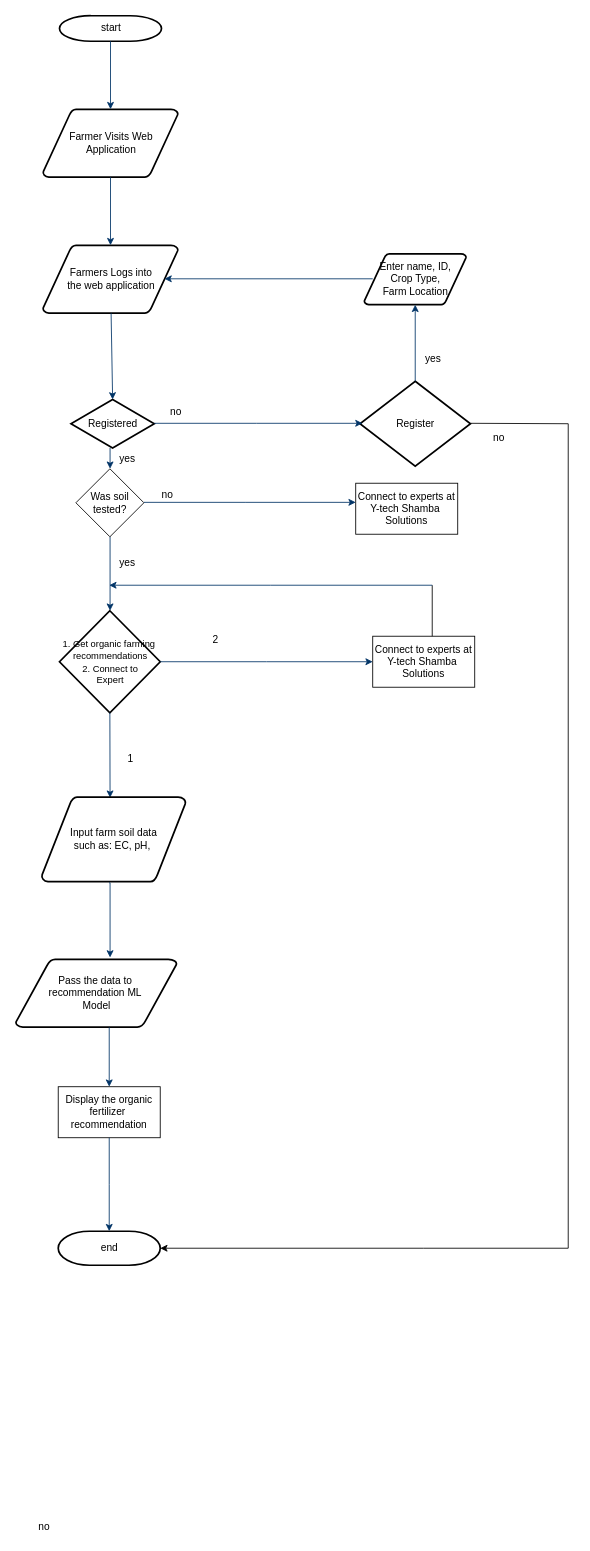
Ronnie-Leon76/Data_Science2022 keeps this draw.io diagram as OrganiXpert.drawio. Above is the earlier version. Source tidied: cells renumbered, new cells numbered last; positions are measured from the earlier drawing's top-left corner, leaving out a move shared by most shapes. Both pictures are drawn from the tidied source at 85%, with x=0, y=0 at pixel (15, 15).
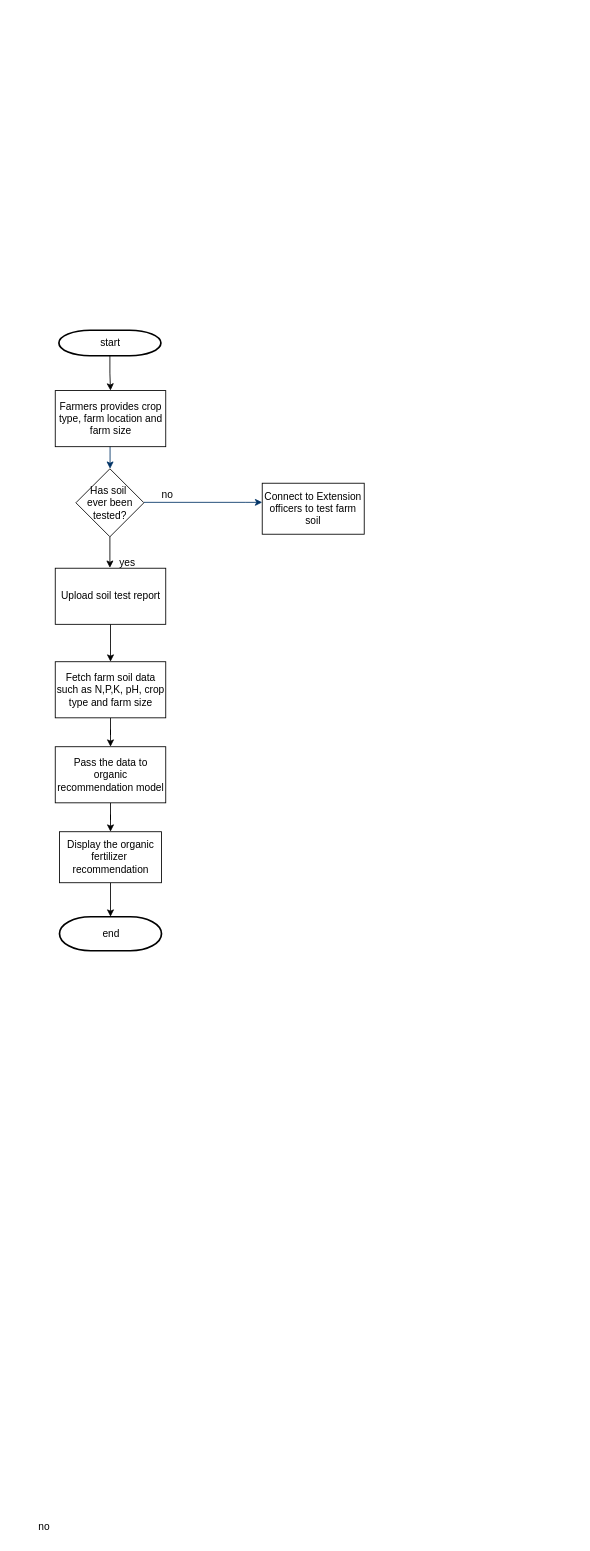
Above is the later version.

Unchanged cells that the change refers to:
```xml
<mxCell id="39" value="yes" style="text;fontStyle=0;html=1;strokeColor=none;gradientColor=none;fillColor=none;strokeWidth=2;align=center;" parent="1" vertex="1">
  <mxGeometry x="110.8" y="630" width="40" height="26" as="geometry" />
</mxCell>
```

Change to the diagram source:
```diff
@@
+    <mxCell id="44" style="edgeStyle=orthogonalEdgeStyle;rounded=0;jettySize=auto;html=1;" parent="1" edge="1" source="2" target="53">
+      <mxGeometry relative="1" as="geometry" />
+    </mxCell>
     <mxCell id="2" value="start" style="shape=mxgraph.flowchart.terminator;strokeWidth=2;gradientColor=none;gradientDirection=north;fontStyle=0;html=1;" parent="1" vertex="1">
-      <mxGeometry x="51.5" width="120" height="30" as="geometry" />
+      <mxGeometry x="50.8" y="370" width="120" height="30" as="geometry" />
     </mxCell>
-    <mxCell id="3" value="Farmer Visits Web&lt;br&gt;Application" style="shape=mxgraph.flowchart.data;strokeWidth=2;gradientColor=none;gradientDirection=north;fontStyle=0;html=1;" parent="1" vertex="1">
-      <mxGeometry x="32" y="110" width="159" height="80" as="geometry" />
-    </mxCell>
-    <mxCell id="4" value="Farmers Logs into&lt;br&gt;the web application" style="shape=mxgraph.flowchart.data;strokeWidth=2;gradientColor=none;gradientDirection=north;fontStyle=0;html=1;" parent="1" vertex="1">
-      <mxGeometry x="32" y="270" width="159" height="80" as="geometry" />
-    </mxCell>
-    <mxCell id="5" value="Registered" style="shape=mxgraph.flowchart.decision;strokeWidth=2;gradientColor=none;gradientDirection=north;fontStyle=0;html=1;" parent="1" vertex="1">
-      <mxGeometry x="65" y="451.5" width="98" height="57" as="geometry" />
-    </mxCell>
-    <mxCell id="6" style="fontStyle=1;strokeColor=#003366;strokeWidth=1;html=1;rounded=0;" parent="1" edge="1" source="2" target="3">
-      <mxGeometry relative="1" as="geometry" />
-    </mxCell>
-    <mxCell id="7" style="fontStyle=1;strokeColor=#003366;strokeWidth=1;html=1;rounded=0;" parent="1" edge="1" source="3" target="4">
-      <mxGeometry relative="1" as="geometry" />
-    </mxCell>
-    <mxCell id="8" style="entryX=0.5;entryY=0;entryPerimeter=0;fontStyle=1;strokeColor=#003366;strokeWidth=1;html=1;rounded=0;" parent="1" edge="1" source="4" target="5">
-      <mxGeometry relative="1" as="geometry" />
-    </mxCell>
-    <mxCell id="9" value="no" style="text;fontStyle=0;html=1;strokeColor=none;gradientColor=none;fillColor=none;strokeWidth=2;" parent="1" vertex="1">
-      <mxGeometry x="180" y="451.5" width="40" height="26" as="geometry" />
-    </mxCell>
-    <mxCell id="10" style="edgeStyle=elbowEdgeStyle;elbow=horizontal;fontColor=#001933;fontStyle=1;strokeColor=#003366;strokeWidth=1;html=1;rounded=0;entryX=0.5;entryY=0;entryDx=0;entryDy=0;entryPerimeter=0;" parent="1" edge="1" source="38" target="12">
-      <mxGeometry x="-100" y="390" as="geometry" />
-    </mxCell>
-    <mxCell id="11" value="yes" style="text;fontStyle=0;html=1;strokeColor=none;gradientColor=none;fillColor=none;strokeWidth=2;align=center;" parent="1" vertex="1">
-      <mxGeometry x="110.8" y="507" width="40" height="26" as="geometry" />
-    </mxCell>
-    <mxCell id="12" value="&lt;font style=&quot;&quot;&gt;&lt;font style=&quot;font-size: 11px;&quot;&gt;1. Get organic farming&amp;nbsp;&lt;br&gt;recommendations&lt;br&gt;2. Connect to&lt;br&gt;Expert&lt;/font&gt;&lt;br&gt;&lt;/font&gt;" style="shape=mxgraph.flowchart.decision;strokeWidth=2;gradientColor=none;gradientDirection=north;fontStyle=0;html=1;" parent="1" vertex="1">
-      <mxGeometry x="51.5" y="700" width="118.5" height="120" as="geometry" />
-    </mxCell>
-    <mxCell id="13" style="edgeStyle=elbowEdgeStyle;elbow=horizontal;exitX=0.5;exitY=1;exitPerimeter=0;fontStyle=1;strokeColor=#003366;strokeWidth=1;html=1;rounded=0;" parent="1" edge="1" source="12">
-      <mxGeometry x="-100" y="390" as="geometry">
-        <mxPoint x="111" y="920" as="targetPoint" />
-      </mxGeometry>
-    </mxCell>
@@
-    <mxCell id="15" value="1" style="text;fontStyle=0;html=1;strokeColor=none;gradientColor=none;fillColor=none;strokeWidth=2;" parent="1" vertex="1">
-      <mxGeometry x="130" y="860" width="30" height="26" as="geometry" />
-    </mxCell>
-    <mxCell id="16" style="edgeStyle=elbowEdgeStyle;elbow=horizontal;exitX=1;exitY=0.5;exitPerimeter=0;fontStyle=1;strokeColor=#003366;strokeWidth=1;html=1;rounded=0;exitDx=0;exitDy=0;entryX=0;entryY=0.5;entryDx=0;entryDy=0;" parent="1" edge="1" source="12" target="32">
-      <mxGeometry x="-45" y="-250" as="geometry" />
-    </mxCell>
-    <mxCell id="17" value="2" style="text;fontStyle=0;html=1;strokeColor=none;gradientColor=none;fillColor=none;strokeWidth=2;" parent="1" vertex="1">
-      <mxGeometry x="230" y="720" width="30" height="26" as="geometry" />
-    </mxCell>
-    <mxCell id="18" value="Input farm soil data&lt;br&gt;such as: EC, pH,&amp;nbsp;" style="shape=mxgraph.flowchart.data;strokeWidth=2;gradientColor=none;gradientDirection=north;fontStyle=0;html=1;" parent="1" vertex="1">
-      <mxGeometry x="30.5" y="919" width="169.5" height="100" as="geometry" />
-    </mxCell>
-    <mxCell id="19" value="Pass the data to&amp;nbsp;&lt;br&gt;recommendation ML&amp;nbsp;&lt;br&gt;Model" style="shape=mxgraph.flowchart.data;strokeWidth=2;gradientColor=none;gradientDirection=north;fontStyle=0;html=1;" parent="1" vertex="1">
-      <mxGeometry y="1110" width="189.5" height="80" as="geometry" />
-    </mxCell>
-    <mxCell id="20" style="edgeStyle=elbowEdgeStyle;elbow=horizontal;fontStyle=1;strokeColor=#003366;strokeWidth=1;html=1;rounded=0;entryX=0.586;entryY=-0.025;entryDx=0;entryDy=0;entryPerimeter=0;" parent="1" edge="1" target="19">
-      <mxGeometry x="-101" y="630" as="geometry">
-        <mxPoint x="110" y="1020" as="sourcePoint" />
-      </mxGeometry>
-    </mxCell>
+    <mxCell id="31" style="edgeStyle=orthogonalEdgeStyle;rounded=0;jettySize=auto;html=1;" parent="1" edge="1" source="21" target="28">
+      <mxGeometry relative="1" as="geometry" />
+    </mxCell>
     <mxCell id="21" value="Display the organic&lt;br&gt;fertilizer&amp;nbsp;&lt;br&gt;recommendation" style="rounded=0;whiteSpace=wrap;html=1;" parent="1" vertex="1">
-      <mxGeometry x="50" y="1260" width="120" height="60" as="geometry" />
+      <mxGeometry x="51.5" y="960" width="120" height="60" as="geometry" />
     </mxCell>
-    <mxCell id="22" style="edgeStyle=elbowEdgeStyle;elbow=horizontal;fontStyle=1;strokeColor=#003366;strokeWidth=1;html=1;rounded=0;" parent="1" edge="1">
-      <mxGeometry x="-101" y="800" as="geometry">
-        <mxPoint x="110" y="1190" as="sourcePoint" />
-        <mxPoint x="110" y="1260" as="targetPoint" />
-      </mxGeometry>
-    </mxCell>
-    <mxCell id="23" value="Register" style="shape=mxgraph.flowchart.decision;strokeWidth=2;gradientColor=none;gradientDirection=north;fontStyle=0;html=1;" parent="1" vertex="1">
-      <mxGeometry x="405" y="430" width="130" height="100" as="geometry" />
-    </mxCell>
-    <mxCell id="24" value="Enter name, ID,&lt;br&gt;Crop Type,&lt;br&gt;Farm Location" style="shape=mxgraph.flowchart.data;strokeWidth=2;gradientColor=none;gradientDirection=north;fontStyle=0;html=1;" parent="1" vertex="1">
-      <mxGeometry x="410" y="280" width="120" height="60" as="geometry" />
-    </mxCell>
-    <mxCell id="25" style="fontStyle=1;strokeColor=#003366;strokeWidth=1;html=1;rounded=0;entryX=0.5;entryY=1;entryDx=0;entryDy=0;entryPerimeter=0;" parent="1" edge="1" target="24">
-      <mxGeometry relative="1" as="geometry">
-        <mxPoint x="470" y="430" as="sourcePoint" />
-      </mxGeometry>
-    </mxCell>
-    <mxCell id="26" value="yes" style="text;fontStyle=0;html=1;strokeColor=none;gradientColor=none;fillColor=none;strokeWidth=2;" parent="1" vertex="1">
-      <mxGeometry x="480" y="390" width="40" height="26" as="geometry" />
-    </mxCell>
-    <mxCell id="27" style="edgeStyle=elbowEdgeStyle;elbow=horizontal;exitX=0;exitY=1;fontStyle=1;strokeColor=#003366;strokeWidth=1;html=1;rounded=0;exitDx=0;exitDy=0;" parent="1" edge="1">
-      <mxGeometry x="20" y="-696.5" as="geometry">
-        <mxPoint x="420" y="309.5" as="sourcePoint" />
-        <mxPoint x="175" y="309.5" as="targetPoint" />
-      </mxGeometry>
-    </mxCell>
     <mxCell id="28" value="end" style="shape=mxgraph.flowchart.terminator;strokeWidth=2;gradientColor=none;gradientDirection=north;fontStyle=0;html=1;" parent="1" vertex="1">
-      <mxGeometry x="50" y="1430" width="120" height="40" as="geometry" />
+      <mxGeometry x="51.5" y="1060" width="120" height="40" as="geometry" />
     </mxCell>
-    <mxCell id="29" style="endArrow=none;html=1;rounded=0;" parent="1" edge="1">
-      <mxGeometry relative="1" as="geometry">
-        <mxPoint x="650" y="1450" as="sourcePoint" />
-        <mxPoint x="650" y="480" as="targetPoint" />
-      </mxGeometry>
-    </mxCell>
-    <mxCell id="30" style="endArrow=classic;html=1;rounded=0;entryX=1;entryY=0.5;entryDx=0;entryDy=0;entryPerimeter=0;" parent="1" edge="1" target="28">
-      <mxGeometry relative="1" as="geometry">
-        <mxPoint x="650" y="1450" as="sourcePoint" />
-        <Array as="points">
-          <mxPoint x="480" y="1450" />
-        </Array>
-      </mxGeometry>
-    </mxCell>
-    <mxCell id="31" style="edgeStyle=elbowEdgeStyle;elbow=horizontal;fontStyle=1;strokeColor=#003366;strokeWidth=1;html=1;rounded=0;exitX=0.5;exitY=1;exitDx=0;exitDy=0;entryX=0.5;entryY=0;entryDx=0;entryDy=0;entryPerimeter=0;" parent="1" edge="1" source="21" target="28">
-      <mxGeometry x="-101" y="960" as="geometry" />
-    </mxCell>
-    <mxCell id="32" value="Connect to experts at&lt;br&gt;Y-tech Shamba&amp;nbsp;&lt;br&gt;Solutions" style="rounded=0;whiteSpace=wrap;html=1;" parent="1" vertex="1">
-      <mxGeometry x="420" y="730" width="120" height="60" as="geometry" />
-    </mxCell>
-    <mxCell id="33" style="endArrow=none;html=1;rounded=0;" parent="1" edge="1">
-      <mxGeometry relative="1" as="geometry">
-        <mxPoint x="490" y="730" as="sourcePoint" />
-        <mxPoint x="490" y="670" as="targetPoint" />
-      </mxGeometry>
-    </mxCell>
-    <mxCell id="34" value="no" style="text;fontStyle=0;html=1;strokeColor=none;gradientColor=none;fillColor=none;strokeWidth=2;" parent="1" vertex="1">
-      <mxGeometry x="560" y="482.5" width="40" height="26" as="geometry" />
-    </mxCell>
-    <mxCell id="35" style="edgeStyle=elbowEdgeStyle;elbow=horizontal;fontStyle=1;strokeColor=#003366;strokeWidth=1;html=1;rounded=0;" parent="1" edge="1">
-      <mxGeometry x="5" y="-340" as="geometry">
-        <mxPoint x="490" y="670" as="sourcePoint" />
-        <mxPoint x="110" y="670" as="targetPoint" />
-      </mxGeometry>
-    </mxCell>
-    <mxCell id="36" style="edgeStyle=elbowEdgeStyle;elbow=horizontal;exitX=0;exitY=1;fontStyle=1;strokeColor=#003366;strokeWidth=1;html=1;rounded=0;exitDx=0;exitDy=0;" parent="1" edge="1">
-      <mxGeometry x="8" y="-526.5" as="geometry">
-        <mxPoint x="163" y="479.5" as="sourcePoint" />
-        <mxPoint x="408" y="479.5" as="targetPoint" />
-        <Array as="points">
-          <mxPoint x="283" y="423.5" />
-        </Array>
-      </mxGeometry>
-    </mxCell>
-    <mxCell id="37" style="edgeStyle=elbowEdgeStyle;elbow=horizontal;fontColor=#001933;fontStyle=1;strokeColor=#003366;strokeWidth=1;html=1;rounded=0;entryX=0.5;entryY=0;entryDx=0;entryDy=0;entryPerimeter=0;" parent="1" edge="1" source="5" target="38">
-      <mxGeometry x="-100" y="390" as="geometry" />
+    <mxCell id="37" style="edgeStyle=elbowEdgeStyle;elbow=horizontal;fontColor=#001933;fontStyle=1;strokeColor=#003366;strokeWidth=1;html=1;rounded=0;entryX=0.5;entryY=0;entryDx=0;entryDy=0;entryPerimeter=0;" parent="1" edge="1" target="38">
+      <mxGeometry x="-100" y="390" as="geometry">
+        <mxPoint x="111" y="500" as="sourcePoint" />
+      </mxGeometry>
     </mxCell>
+    <mxCell id="45" style="edgeStyle=orthogonalEdgeStyle;rounded=0;jettySize=auto;html=1;exitX=0.5;exitY=1;exitDx=0;exitDy=0;" parent="1" edge="1" source="48">
+      <mxGeometry relative="1" as="geometry">
+        <mxPoint x="111" y="690" as="targetPoint" />
+      </mxGeometry>
+    </mxCell>
+    <mxCell id="46" style="edgeStyle=orthogonalEdgeStyle;rounded=0;jettySize=auto;html=1;exitX=0.5;exitY=1;exitDx=0;exitDy=0;entryX=0;entryY=0.75;entryDx=0;entryDy=0;" parent="1" edge="1" source="38" target="39">
+      <mxGeometry relative="1" as="geometry" />
+    </mxCell>
-    <mxCell id="38" value="Was soil&lt;br&gt;tested?" style="rhombus;whiteSpace=wrap;html=1;" parent="1" vertex="1">
+    <mxCell id="38" value="Has soil&amp;nbsp;&lt;br&gt;ever been tested?" style="rhombus;whiteSpace=wrap;html=1;" parent="1" vertex="1">
       <mxGeometry x="70.8" y="533" width="80" height="80" as="geometry" />
     </mxCell>
@@
-    <mxCell id="41" value="Connect to experts at&lt;br&gt;Y-tech Shamba&amp;nbsp;&lt;br&gt;Solutions" style="rounded=0;whiteSpace=wrap;html=1;" parent="1" vertex="1">
-      <mxGeometry x="400" y="550" width="120" height="60" as="geometry" />
+    <mxCell id="41" value="Connect to Extension officers to test farm soil" style="rounded=0;whiteSpace=wrap;html=1;" parent="1" vertex="1">
+      <mxGeometry x="290" y="550" width="120" height="60" as="geometry" />
     </mxCell>
-    <mxCell id="42" style="endArrow=none;html=1;rounded=0;" parent="1" edge="1">
-      <mxGeometry relative="1" as="geometry">
-        <mxPoint x="535" y="479.5" as="sourcePoint" />
-        <mxPoint x="650" y="480" as="targetPoint" />
-      </mxGeometry>
-    </mxCell>
@@
+    <mxCell id="47" style="edgeStyle=orthogonalEdgeStyle;rounded=0;jettySize=auto;html=1;entryX=0.5;entryY=0;entryDx=0;entryDy=0;entryPerimeter=0;" parent="1" edge="1" source="48">
+      <mxGeometry relative="1" as="geometry">
+        <mxPoint x="111.5" y="760" as="targetPoint" />
+      </mxGeometry>
+    </mxCell>
+    <mxCell id="48" value="Upload soil test report" style="rounded=0;whiteSpace=wrap;html=1;" parent="1" vertex="1">
+      <mxGeometry x="46.5" y="650" width="130" height="66" as="geometry" />
+    </mxCell>
+    <mxCell id="49" style="edgeStyle=orthogonalEdgeStyle;rounded=0;jettySize=auto;html=1;" parent="1" edge="1" source="50" target="52">
+      <mxGeometry relative="1" as="geometry" />
+    </mxCell>
+    <mxCell id="50" value="Fetch farm soil data such as N,P,K, pH, crop type and farm size" style="rounded=0;whiteSpace=wrap;html=1;" parent="1" vertex="1">
+      <mxGeometry x="46.5" y="760" width="130" height="66" as="geometry" />
+    </mxCell>
+    <mxCell id="51" style="edgeStyle=orthogonalEdgeStyle;rounded=0;jettySize=auto;html=1;" parent="1" edge="1" source="52" target="21">
+      <mxGeometry relative="1" as="geometry" />
+    </mxCell>
+    <mxCell id="52" value="Pass the data to organic recommendation model" style="rounded=0;whiteSpace=wrap;html=1;" parent="1" vertex="1">
+      <mxGeometry x="46.5" y="860" width="130" height="66" as="geometry" />
+    </mxCell>
+    <mxCell id="53" value="Farmers provides crop type, farm location and farm size" style="rounded=0;whiteSpace=wrap;html=1;" parent="1" vertex="1">
+      <mxGeometry x="46.5" y="441" width="130" height="66" as="geometry" />
+    </mxCell>
```
